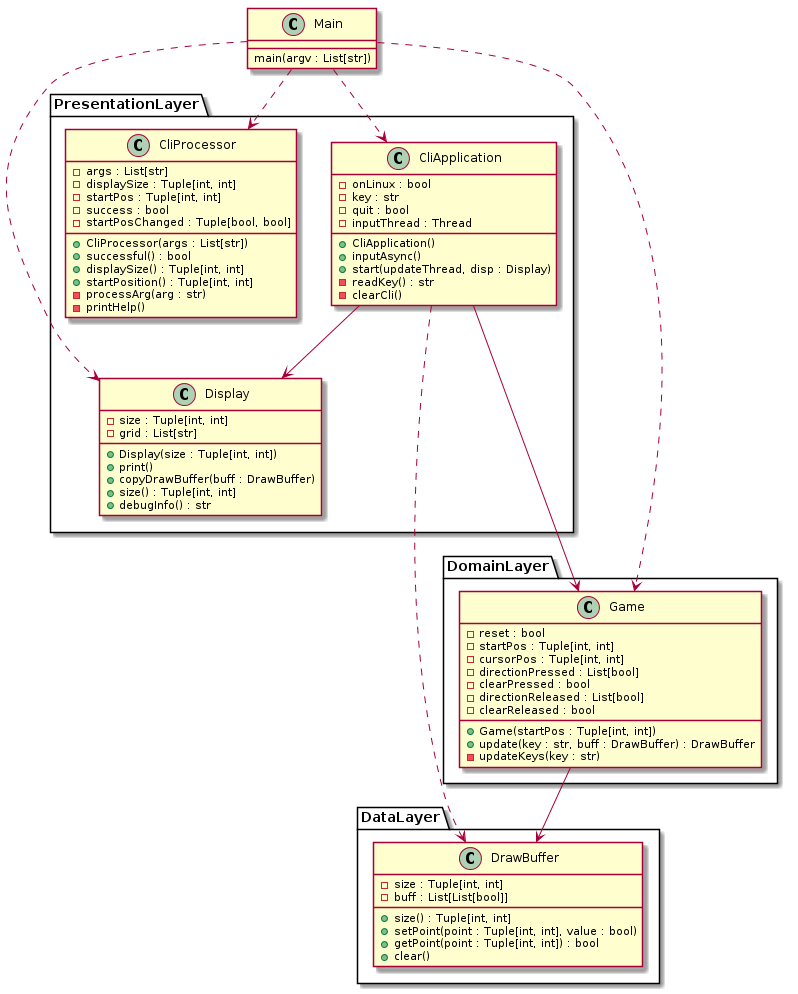
Before: hw01/docs/etch-a-sketch-class.png, a diagram exported from PlantUML (blueOkiris/EmbeddedLinuxClass). Its diagram source:
```plantuml
@startuml etch-a-sketch-class

class Main {
    main(argv : List[str])
}

namespace PresentationLayer {
    class Display {
        - size : Tuple[int, int]
        - grid : List[str]

        + Display(size : Tuple[int, int])
        + print()
        + copyDrawBuffer(buff : DrawBuffer)
        + size() : Tuple[int, int]
        + debugInfo() : str
    }

    class CliApplication {
        - onLinux : bool
        - key : str
        - quit : bool
        - inputThread : Thread

        + CliApplication()
        + inputAsync()
        + start(updateThread, disp : Display)
        - readKey() : str
        - clearCli()
    }

    class CliProcessor {
        - args : List[str]
        - displaySize : Tuple[int, int]
        - startPos : Tuple[int, int]
        - success : bool
        - startPosChanged : Tuple[bool, bool]

        + CliProcessor(args : List[str])
        + successful() : bool
        + displaySize() : Tuple[int, int]
        + startPosition() : Tuple[int, int]
        - processArg(arg : str)
        - printHelp()
    }

    CliApplication --> Display
}

namespace DomainLayer {
    class Game {
        - reset : bool
        - startPos : Tuple[int, int]
        - cursorPos : Tuple[int, int]
        - directionPressed : List[bool]
        - clearPressed : bool
        - directionReleased : List[bool]
        - clearReleased : bool

        + Game(startPos : Tuple[int, int])
        + update(key : str, buff : DrawBuffer) : DrawBuffer
        - updateKeys(key : str)
    }
}

namespace DataLayer {
    class DrawBuffer {
        - size : Tuple[int, int]
        - buff : List[List[bool]]

        + size() : Tuple[int, int]
        + setPoint(point : Tuple[int, int], value : bool)
        + getPoint(point : Tuple[int, int]) : bool
        + clear()
    }
}

Main ..> PresentationLayer.CliProcessor
Main ..> PresentationLayer.CliApplication
Main ...> PresentationLayer.Display
Main ....> DomainLayer.Game
PresentationLayer.CliApplication ...> DataLayer.DrawBuffer
PresentationLayer.CliApplication --> DomainLayer.Game
DomainLayer.Game --> DataLayer.DrawBuffer

@enduml
```
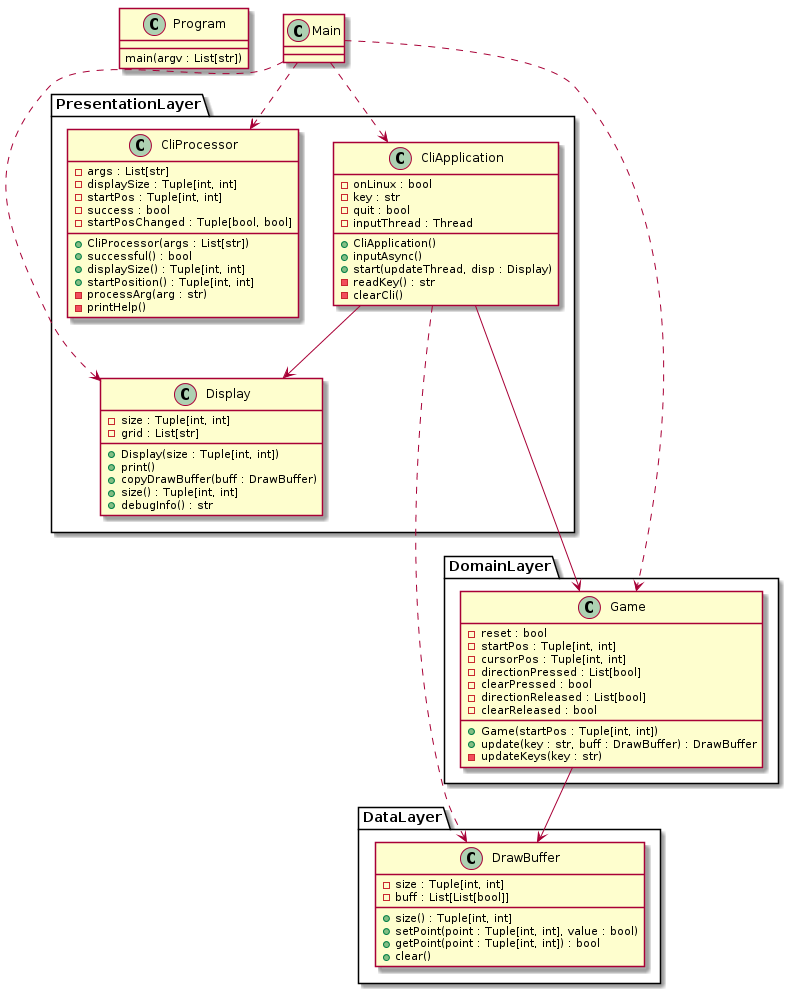
Later version of the same file.

What changed in the source:
```diff
@@ -1,6 +1,6 @@
 @startuml etch-a-sketch-class
 
-class Main {
+class Program {
     main(argv : List[str])
 }
 
```
